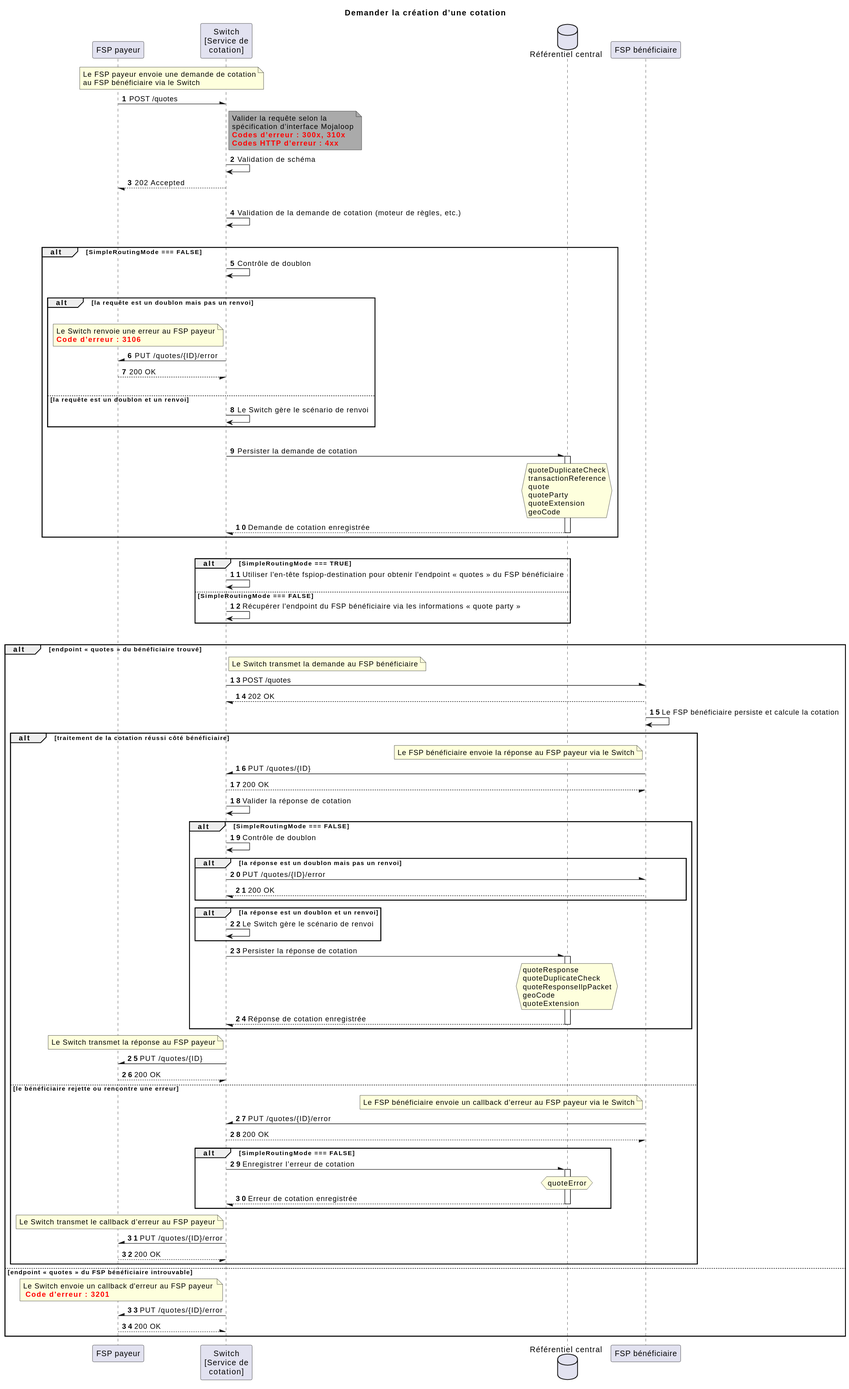
This is docs/fr/technical/technical/quoting-service/assets/diagrams/sequence/seq-post-quotes-1.2.0.svg from mojaloop/documentation, a PlantUML export, as it was before one commit. Its source is kept beside it as docs/fr/technical/technical/quoting-service/assets/diagrams/sequence/seq-post-quotes-1.2.0.plantuml.
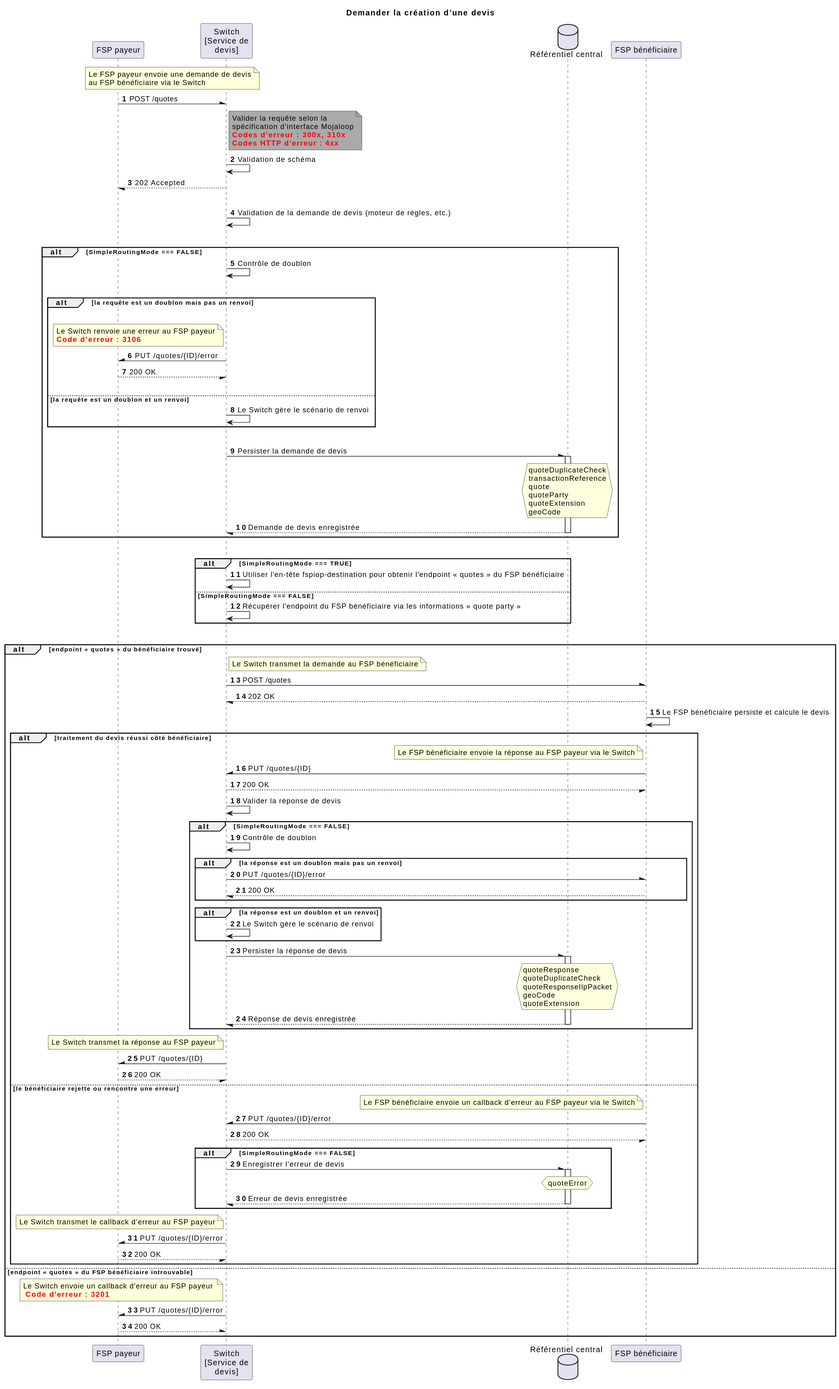
The same diagram one commit later.

What changed in the source:
```diff
@@ -1,12 +1,12 @@
 @startuml
-Title Demander la création d’une cotation
+Title Demander la création d’une devis
 participant "FSP payeur" as PayerFSP
-participant "Switch\n[Service de\ncotation]" as Switch
+participant "Switch\n[Service de\ndevis]" as Switch
 database "Référentiel central" as DB
 participant "FSP bénéficiaire" as PayeeFSP
 autonumber
 
-note over PayerFSP, Switch: Le FSP payeur envoie une demande de cotation\nau FSP bénéficiaire via le Switch
+note over PayerFSP, Switch: Le FSP payeur envoie une demande de devis\nau FSP bénéficiaire via le Switch
 PayerFSP -\ Switch: POST /quotes
 note right of Switch #aaa
     Valider la requête selon la
@@ -17,7 +17,7 @@
 Switch -> Switch: Validation de schéma
 PayerFSP \-- Switch: 202 Accepted
 |||
-Switch -> Switch: Validation de la demande de cotation (moteur de règles, etc.)
+Switch -> Switch: Validation de la demande de devis (moteur de règles, etc.)
 |||
 alt SimpleRoutingMode === FALSE
     Switch -> Switch: Contrôle de doublon
@@ -35,7 +35,7 @@
         Switch -> Switch: Le Switch gère le scénario de renvoi
     end
     |||
-    Switch -\ DB: Persister la demande de cotation
+    Switch -\ DB: Persister la demande de devis
     activate DB
         hnote over DB
             quoteDuplicateCheck
@@ -45,7 +45,7 @@
             quoteExtension
             geoCode
         end hnote
-    Switch \-- DB: Demande de cotation enregistrée
+    Switch \-- DB: Demande de devis enregistrée
     deactivate DB
 end
 |||
@@ -60,13 +60,13 @@
     Switch -\ PayeeFSP: POST /quotes
     Switch \-- PayeeFSP: 202 OK
 
-    PayeeFSP -> PayeeFSP: Le FSP bénéficiaire persiste et calcule la cotation
-    alt traitement de la cotation réussi côté bénéficiaire
+    PayeeFSP -> PayeeFSP: Le FSP bénéficiaire persiste et calcule le devis
+    alt traitement du devis réussi côté bénéficiaire
         note left of PayeeFSP: Le FSP bénéficiaire envoie la réponse au FSP payeur via le Switch
         Switch /- PayeeFSP: PUT /quotes/{ID}
         Switch --/ PayeeFSP: 200 OK
 
-        Switch -> Switch: Valider la réponse de cotation
+        Switch -> Switch: Valider la réponse de devis
         alt SimpleRoutingMode === FALSE
             Switch -> Switch: Contrôle de doublon
             alt la réponse est un doublon mais pas un renvoi
@@ -76,7 +76,7 @@
             alt la réponse est un doublon et un renvoi
                 Switch -> Switch: Le Switch gère le scénario de renvoi
             end
-            Switch -\ DB: Persister la réponse de cotation
+            Switch -\ DB: Persister la réponse de devis
             activate DB
             hnote over DB
                 quoteResponse
@@ -85,7 +85,7 @@
                 geoCode
                 quoteExtension
             end hnote
-            Switch \-- DB: Réponse de cotation enregistrée
+            Switch \-- DB: Réponse de devis enregistrée
             deactivate DB
         end
         note left of Switch: Le Switch transmet la réponse au FSP payeur
@@ -96,12 +96,12 @@
         Switch /- PayeeFSP: PUT /quotes/{ID}/error
         Switch --/ PayeeFSP: 200 OK
         alt SimpleRoutingMode === FALSE
-            Switch -\ DB: Enregistrer l’erreur de cotation
+            Switch -\ DB: Enregistrer l’erreur de devis
             activate DB
             hnote over DB
                 quoteError
             end hnote
-            Switch \-- DB: Erreur de cotation enregistrée
+            Switch \-- DB: Erreur de devis enregistrée
             deactivate DB
         end
         note left of Switch: Le Switch transmet le callback d’erreur au FSP payeur
```
